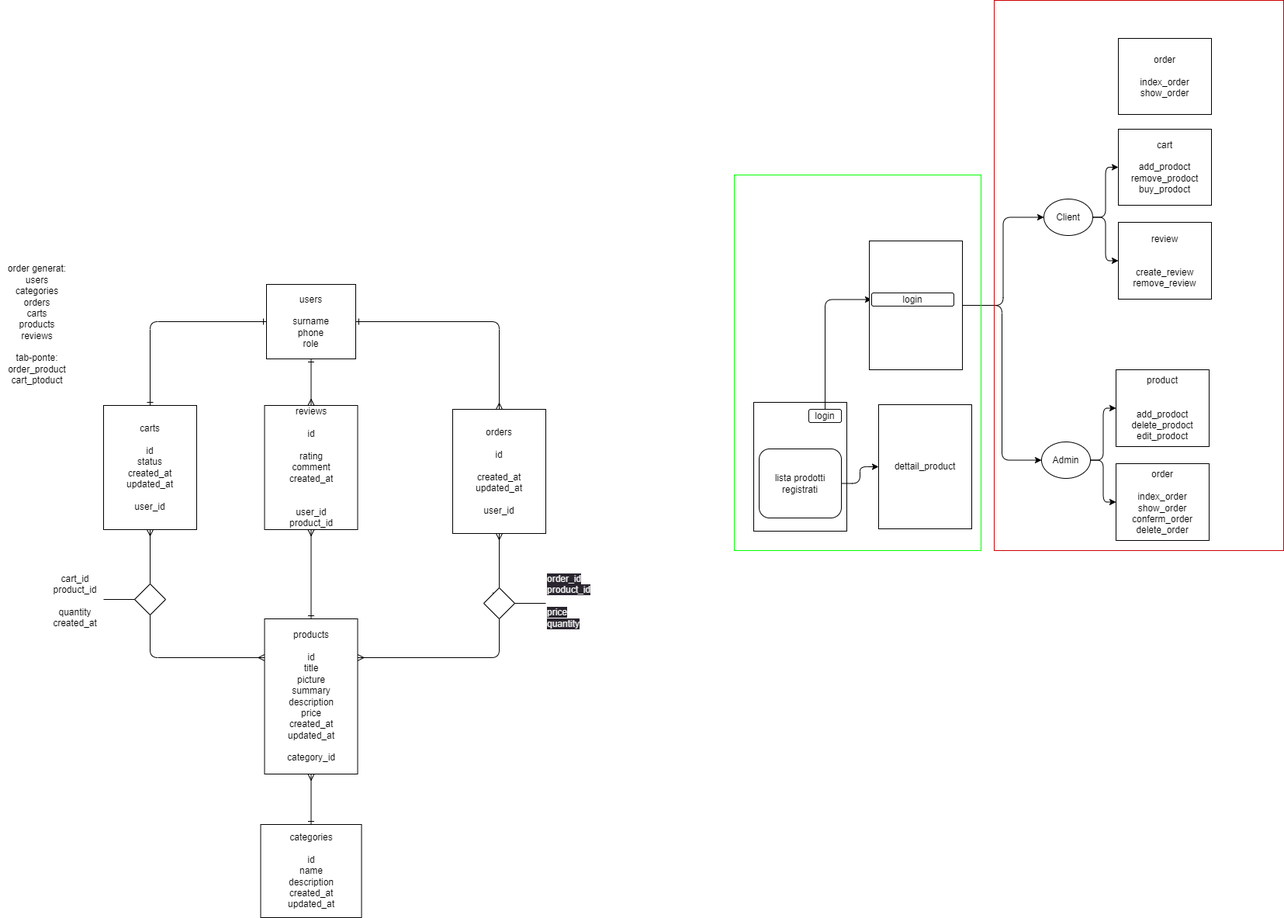
Earlier version of the draw.io export schema.drawio.png (GiuliaLanari/backend-database). Source tidied: cells renumbered, new cells last; positions are measured from the earlier drawing's top-left corner, leaving out a move shared by most shapes.
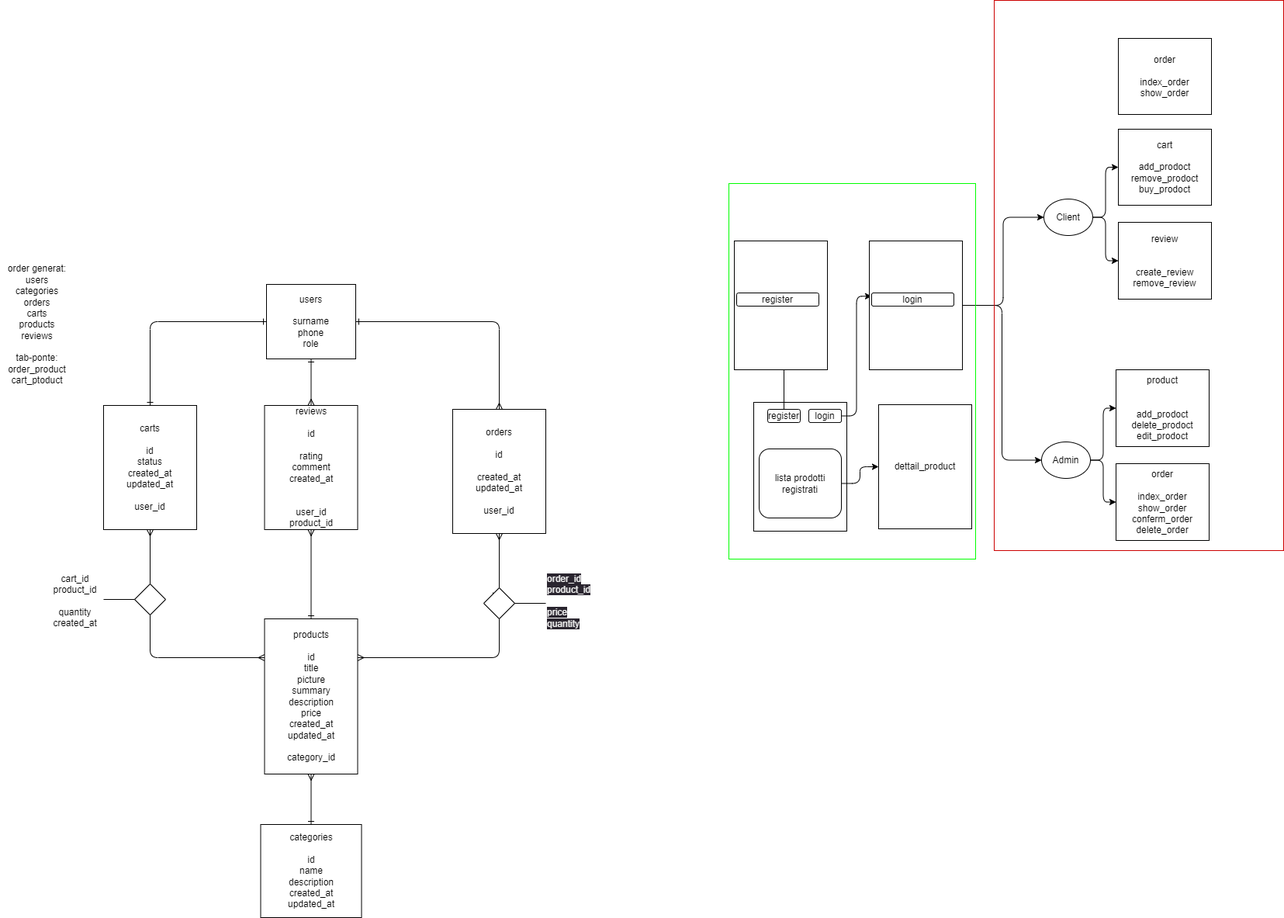
The same diagram one commit later.

Change to the diagram source:
```diff
@@ -88,7 +88,7 @@
     <mxCell id="25" style="rounded=0;whiteSpace=wrap;html=1;" parent="1" vertex="1">
       <mxGeometry x="971" y="518" width="120" height="166" as="geometry" />
     </mxCell>
-    <mxCell id="26" style="edgeStyle=orthogonalEdgeStyle;html=1;exitX=0.5;exitY=0;exitDx=0;exitDy=0;entryX=0;entryY=0.5;entryDx=0;entryDy=0;" parent="1" edge="1" source="27" target="33">
+    <mxCell id="26" style="edgeStyle=orthogonalEdgeStyle;html=1;entryX=0;entryY=0.25;entryDx=0;entryDy=0;" parent="1" edge="1" source="27" target="33">
       <mxGeometry relative="1" as="geometry" />
     </mxCell>
     <mxCell id="27" value="login" style="rounded=1;whiteSpace=wrap;html=1;" parent="1" vertex="1">
@@ -143,7 +143,7 @@
       <mxGeometry x="1345" y="256" width="63" height="47" as="geometry" />
     </mxCell>
     <mxCell id="44" style="rounded=0;whiteSpace=wrap;html=1;fillColor=none;strokeColor=#00FF00;" parent="1" vertex="1">
-      <mxGeometry x="946" y="225" width="318" height="484" as="geometry" />
+      <mxGeometry x="939" y="236" width="318" height="484" as="geometry" />
     </mxCell>
     <mxCell id="45" style="rounded=0;whiteSpace=wrap;html=1;fillColor=none;strokeColor=#CC0000;" parent="1" vertex="1">
       <mxGeometry x="1281" width="373" height="709" as="geometry" />
@@ -154,5 +154,17 @@
     <mxCell id="47" value="order&lt;br&gt;&lt;br&gt;index_order&lt;br&gt;show_order" style="rounded=0;whiteSpace=wrap;html=1;" parent="1" vertex="1">
       <mxGeometry x="1441" y="49" width="120" height="98" as="geometry" />
     </mxCell>
+    <mxCell id="48" style="edgeStyle=orthogonalEdgeStyle;html=1;entryX=0.5;entryY=1;entryDx=0;entryDy=0;" parent="1" edge="1" source="49" target="51">
+      <mxGeometry relative="1" as="geometry" />
+    </mxCell>
+    <mxCell id="49" value="register" style="rounded=1;whiteSpace=wrap;html=1;" parent="1" vertex="1">
+      <mxGeometry x="989" y="527" width="42" height="17" as="geometry" />
+    </mxCell>
+    <mxCell id="50" style="rounded=0;whiteSpace=wrap;html=1;" parent="1" vertex="1">
+      <mxGeometry x="946" y="310" width="120" height="166" as="geometry" />
+    </mxCell>
+    <mxCell id="51" value="register" style="rounded=1;whiteSpace=wrap;html=1;" parent="1" vertex="1">
+      <mxGeometry x="949" y="377" width="106" height="17" as="geometry" />
+    </mxCell>
   </root>
 </mxGraphModel>
```
